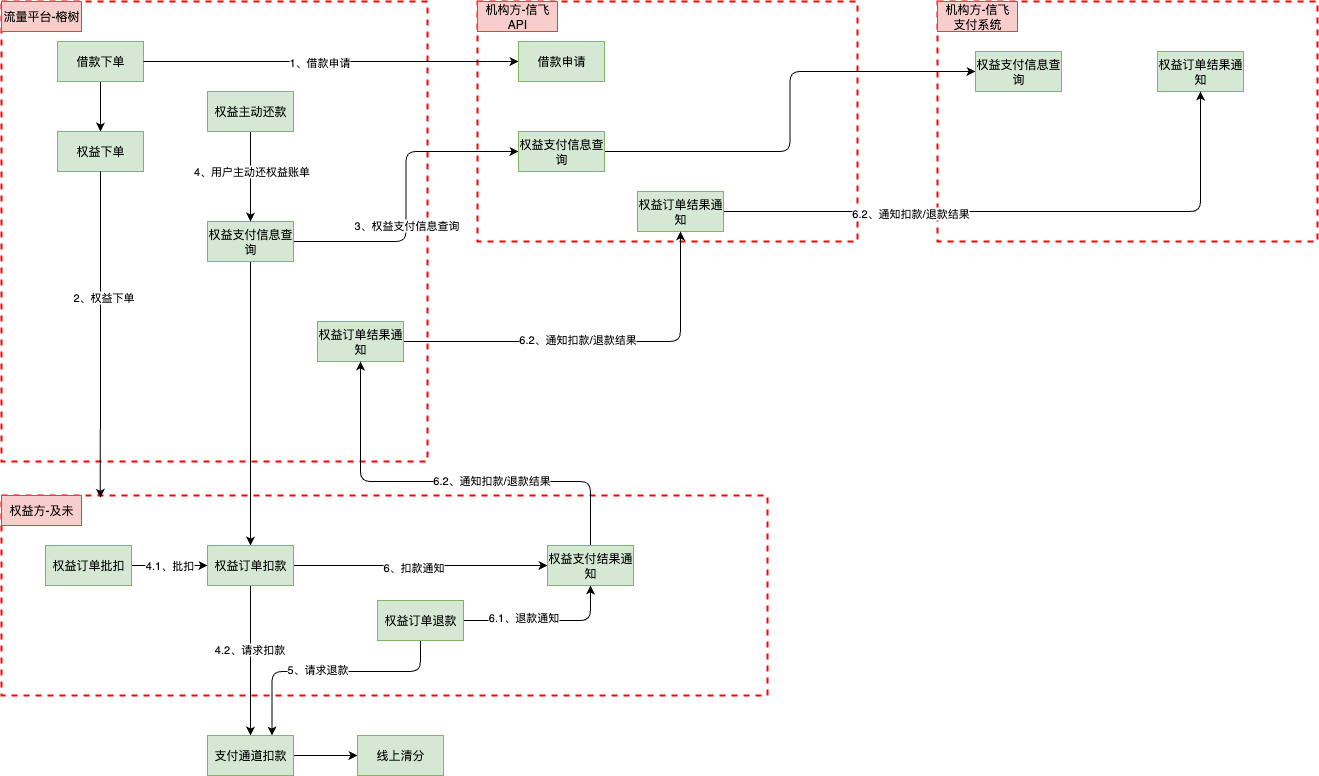
Above: 榕树权益-系统运行图.png in yuanlj-tea/picgo (draw.io), before the change. Source tidied: cells renumbered, new cells last; positions are measured from the earlier drawing's top-left corner, leaving out a move shared by most shapes.
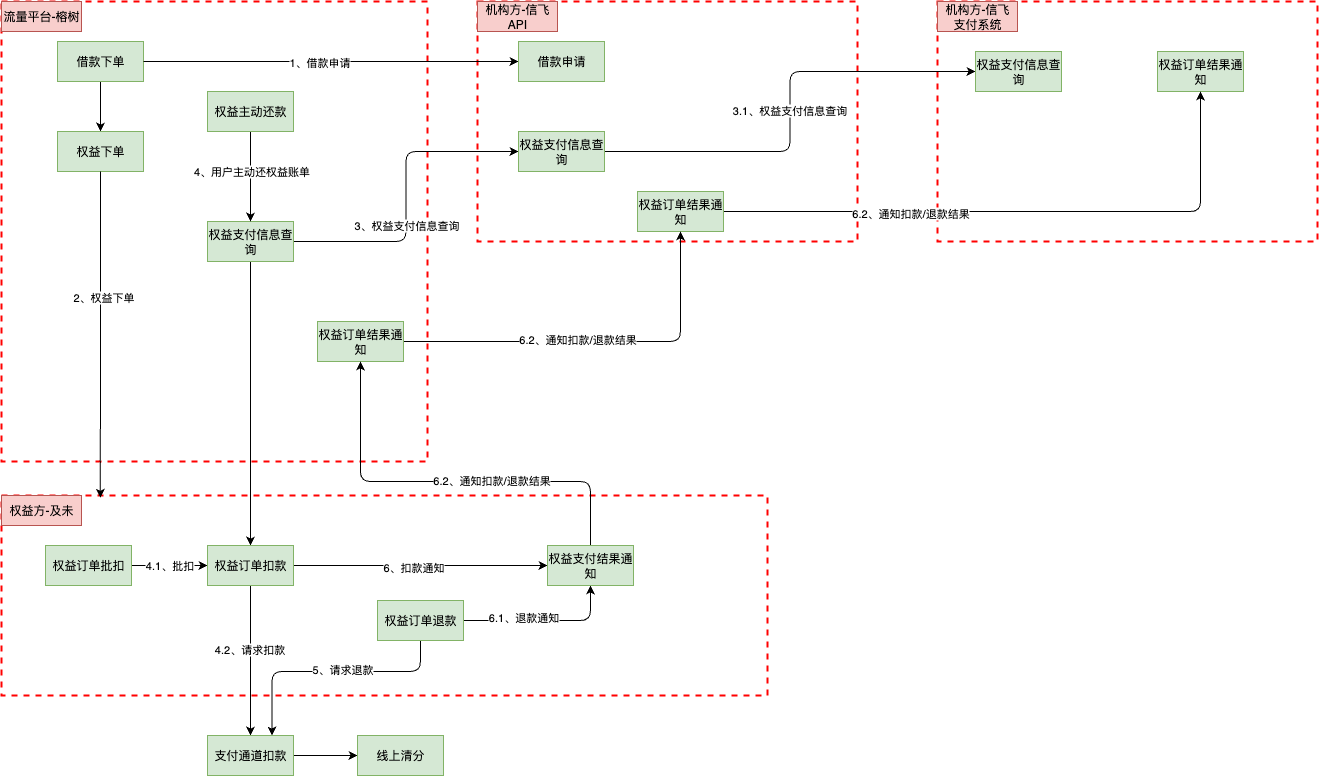
Later version of the same file.

Commit message:
更新榕树权益-系统运行图.png

Change to the diagram source:
```diff
@@ -56,6 +56,9 @@
     <mxCell id="19" style="edgeStyle=orthogonalEdgeStyle;shape=connector;curved=0;rounded=1;jettySize=auto;html=1;entryX=0;entryY=0.5;entryDx=0;entryDy=0;strokeColor=default;align=center;verticalAlign=middle;fontFamily=Helvetica;fontSize=11;fontColor=default;labelBackgroundColor=default;endArrow=classic;" parent="1" edge="1" source="20" target="22">
       <mxGeometry relative="1" as="geometry" />
     </mxCell>
+    <mxCell id="53" value="3.1、权益支付信息查询" style="edgeLabel;html=1;align=center;verticalAlign=middle;fontFamily=Helvetica;fontSize=11;fontColor=default;labelBackgroundColor=default;" parent="19" vertex="1">
+      <mxGeometry x="0.01" y="1" relative="1" as="geometry" />
+    </mxCell>
     <mxCell id="20" value="权益支付信息查询" style="rounded=0;whiteSpace=wrap;html=1;fillColor=#d5e8d4;strokeColor=#82b366;" parent="1" vertex="1">
       <mxGeometry x="517" y="130" width="86" height="40" as="geometry" />
     </mxCell>
@@ -142,7 +145,9 @@
       </mxGeometry>
     </mxCell>
     <mxCell id="46" value="5、请求退款" style="edgeLabel;html=1;align=center;verticalAlign=middle;fontFamily=Helvetica;fontSize=11;fontColor=default;labelBackgroundColor=default;" parent="45" vertex="1">
-      <mxGeometry x="0.1" y="-2" relative="1" as="geometry" />
+      <mxGeometry x="0.1" y="-2" relative="1" as="geometry">
+        <mxPoint x="25" as="offset" />
+      </mxGeometry>
     </mxCell>
     <mxCell id="47" style="edgeStyle=orthogonalEdgeStyle;shape=connector;curved=0;rounded=1;jettySize=auto;html=1;entryX=0.5;entryY=1;entryDx=0;entryDy=0;strokeColor=default;align=center;verticalAlign=middle;fontFamily=Helvetica;fontSize=11;fontColor=default;labelBackgroundColor=default;endArrow=classic;" parent="1" edge="1" source="49" target="52">
       <mxGeometry relative="1" as="geometry" />
```
